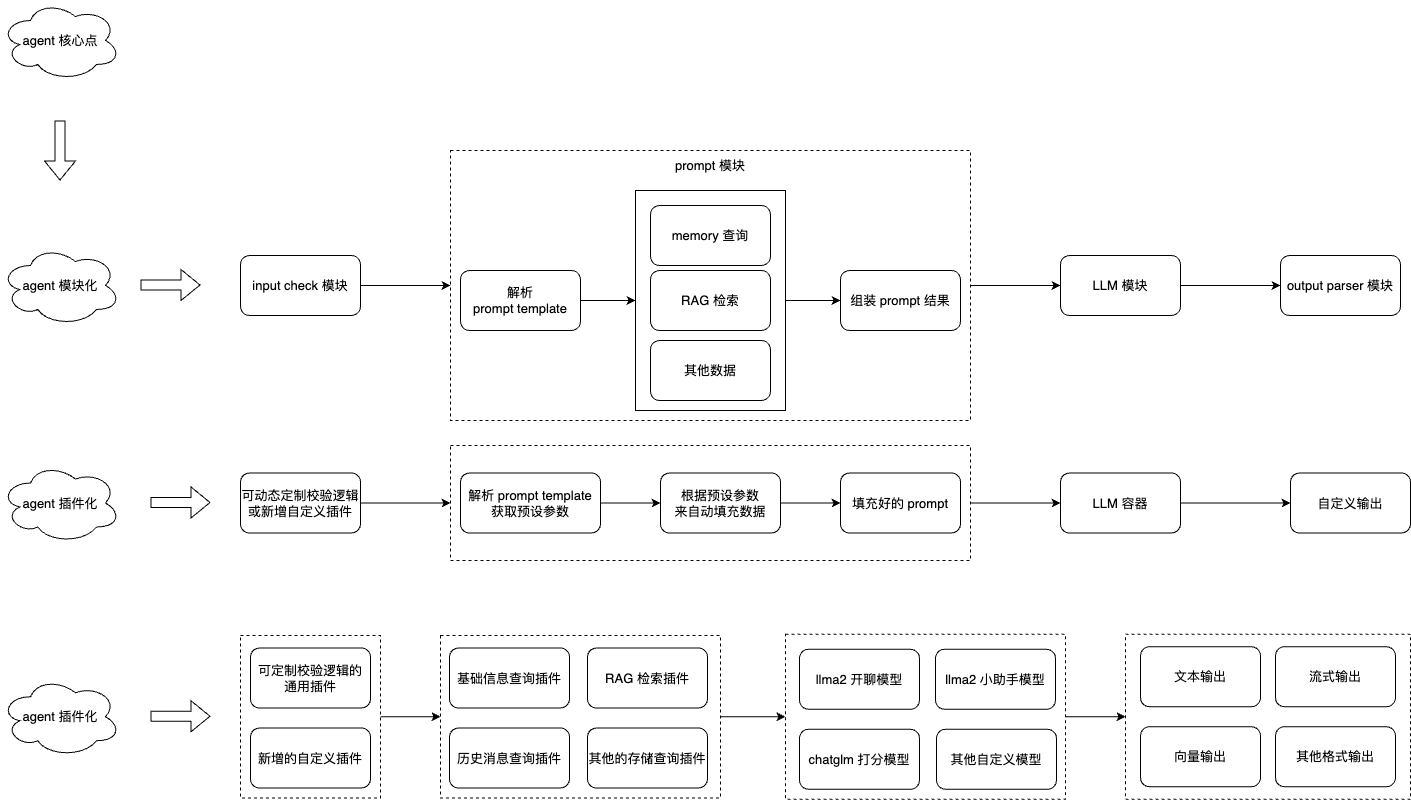
The draw.io diagram 大模型应用之agent流程图.png in liujunao/draw-data, before a commit. Source tidied: cells renumbered, new cells last; positions are measured from the earlier drawing's top-left corner, leaving out a move shared by most shapes.
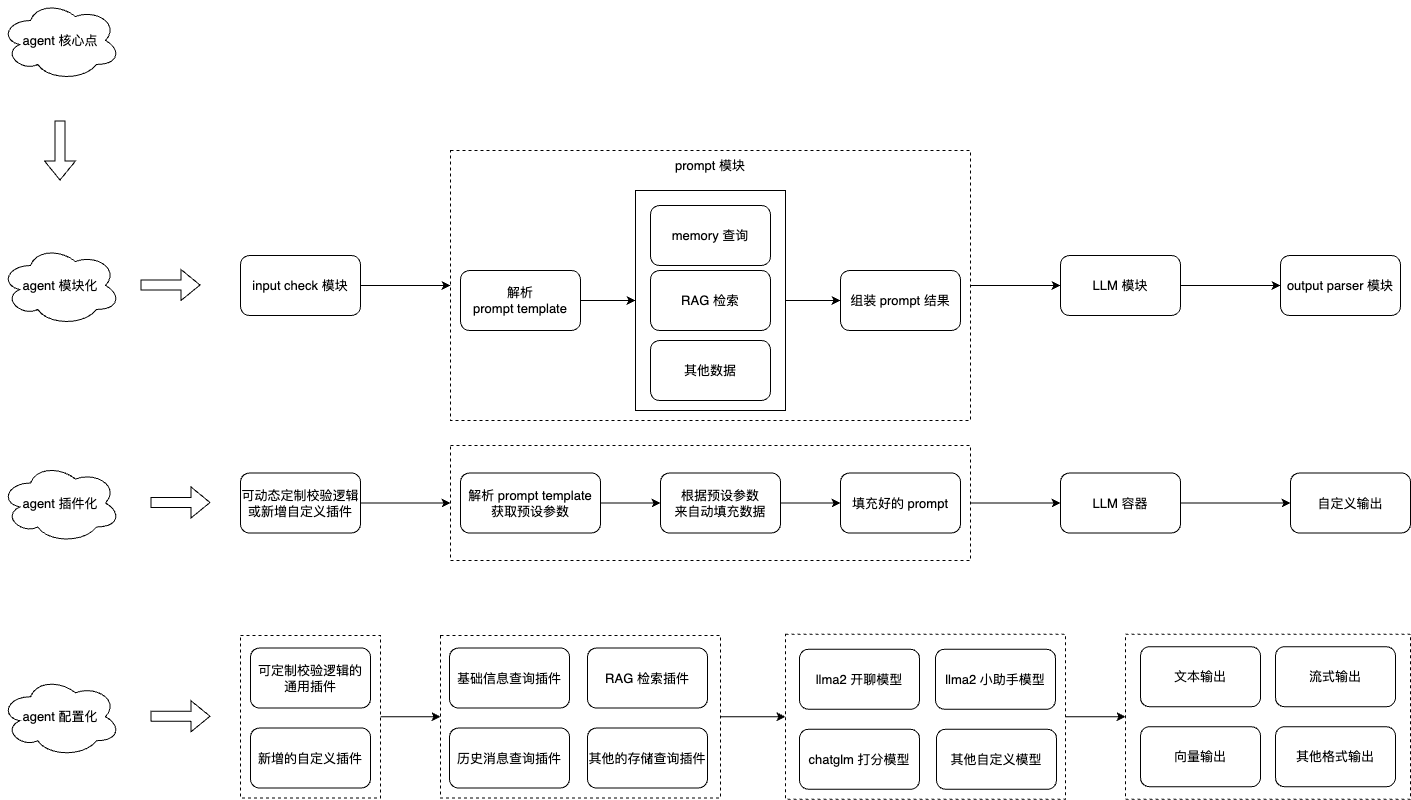
Later version of the same file.

Commit message:
更新大模型应用之agent流程图.png

What changed in the source:
```diff
@@ -110,7 +110,7 @@
     <mxCell id="35" value="自定义输出" style="rounded=1;whiteSpace=wrap;html=1;" parent="1" vertex="1">
       <mxGeometry x="1290" y="472.5" width="120" height="60" as="geometry" />
     </mxCell>
-    <mxCell id="36" value="agent 插件化" style="ellipse;shape=cloud;whiteSpace=wrap;html=1;" parent="1" vertex="1">
+    <mxCell id="36" value="agent 配置化" style="ellipse;shape=cloud;whiteSpace=wrap;html=1;" parent="1" vertex="1">
       <mxGeometry y="676.2" width="120" height="80" as="geometry" />
     </mxCell>
     <mxCell id="37" value="可定制校验逻辑的&lt;br&gt;通用插件" style="rounded=1;whiteSpace=wrap;html=1;" parent="1" vertex="1">
```
